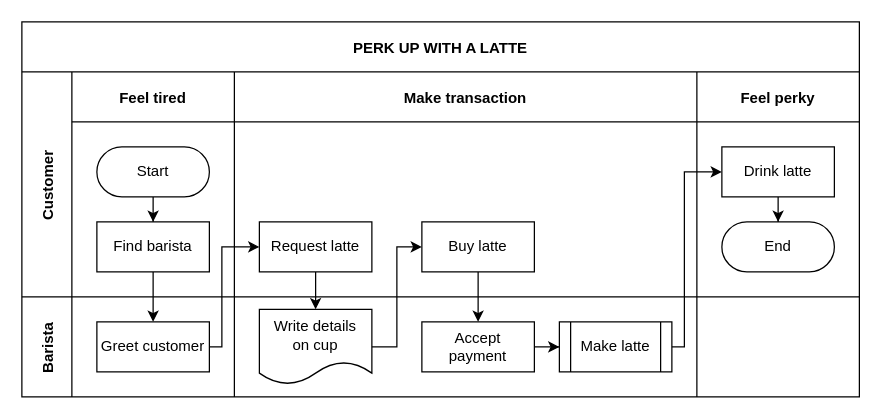
This is samples/vad_1/test2.drawio from bpmbpm/SemanticBPM, a draw.io file, before an edit. Source tidied: cells renumbered, new cells numbered last; positions are measured from the earlier drawing's top-left corner, leaving out a move shared by most shapes. Both pictures are drawn from the tidied source at 125%, with x=0, y=0 at pixel (21, 21).
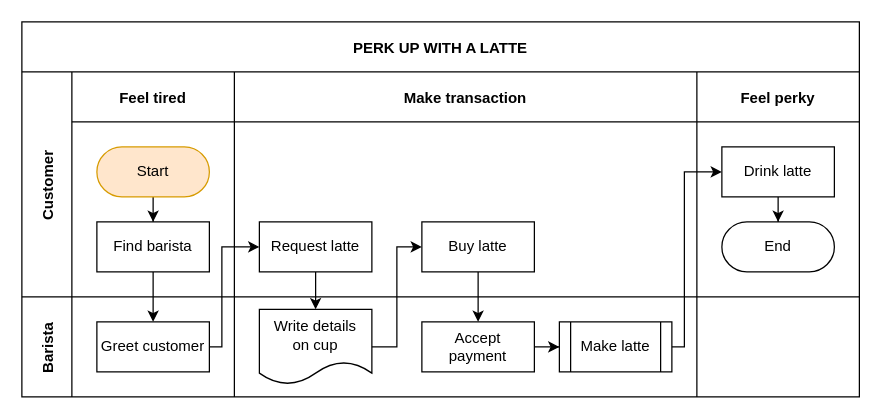
The same diagram, later.

The change refers to these unchanged cells:
```xml
<mxCell id="5" value="Feel tired" style="swimlane;swimlaneHead=0;swimlaneBody=0;fillColor=none;startSize=40;fontStyle=1;" parent="4" vertex="1">
  <mxGeometry x="40" width="130" height="180" as="geometry" />
</mxCell>
```

What changed in the source:
```diff
@@
-    <mxCell id="7" value="Start" style="rounded=1;whiteSpace=wrap;html=1;arcSize=50;" parent="5" vertex="1">
+    <mxCell id="7" value="Start" style="rounded=1;whiteSpace=wrap;html=1;arcSize=50;fillColor=#ffe6cc;strokeColor=#d79b00;" parent="5" vertex="1">
       <mxGeometry x="20" y="60" width="90" height="40" as="geometry" />
     </mxCell>
```
